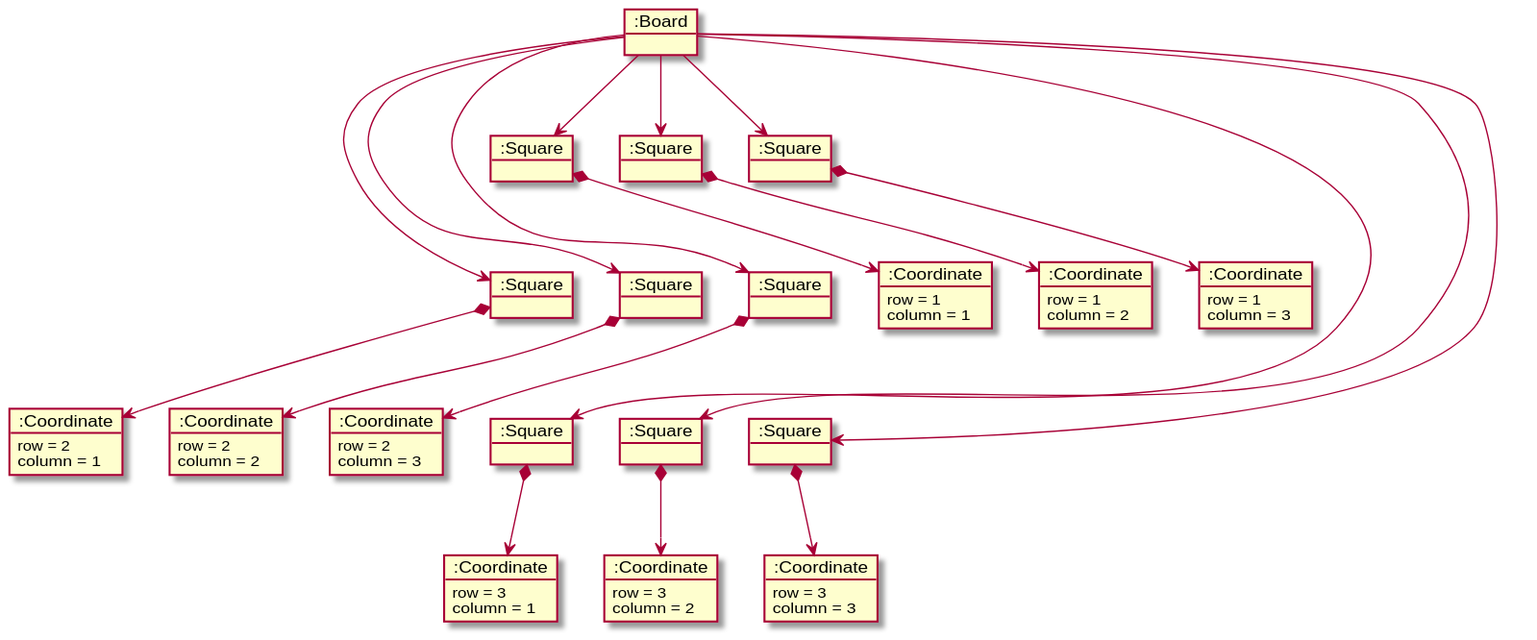
This is docs/diagrams/out/modeloDeDominio/EstadoInicial.svg from EscuelaIt/tictactoe-master-desarrollo-requirements, a PlantUML export, as it was before one commit.
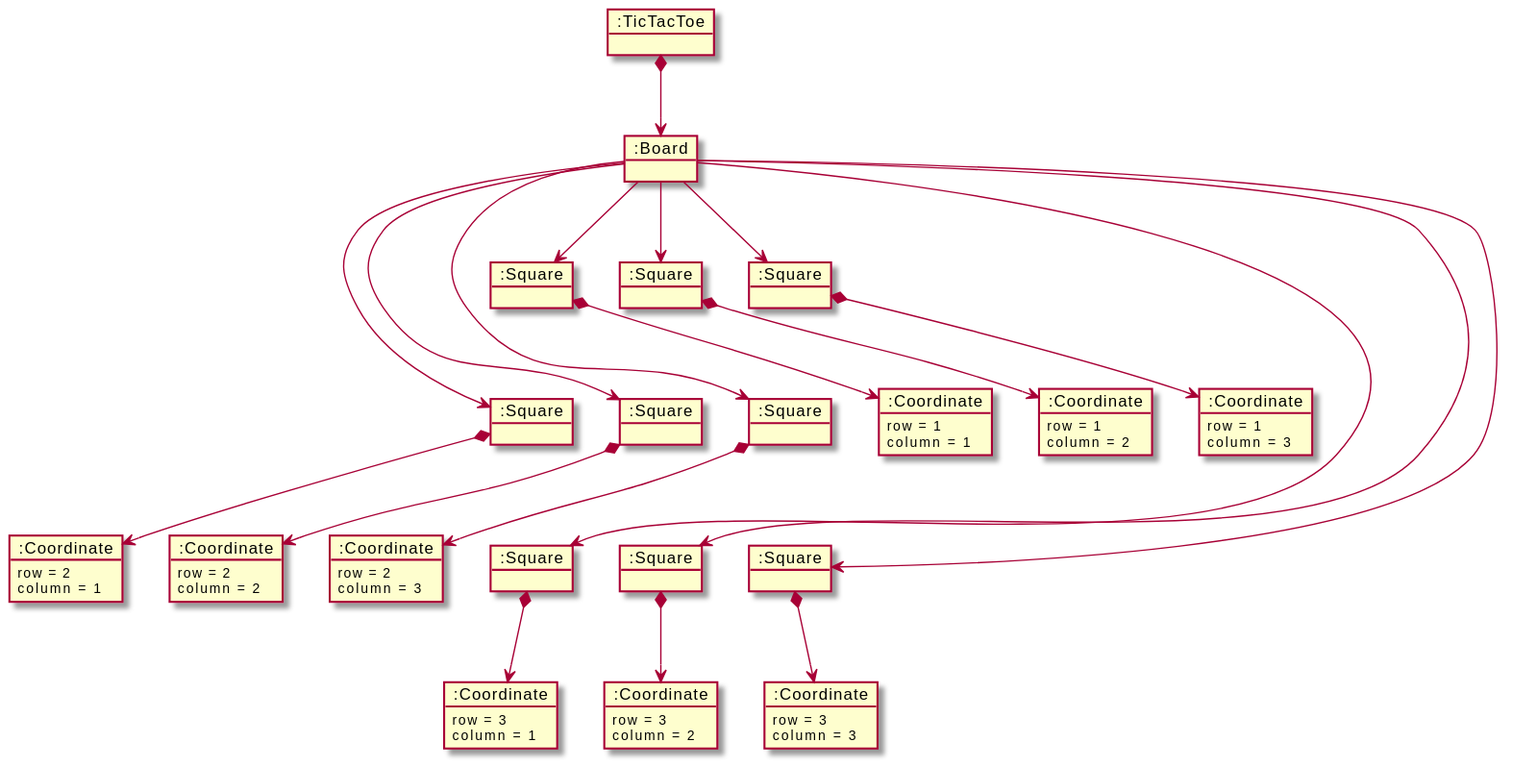
After the change.

What changed in the source:
```diff
@@ -1,59 +1,62 @@
 @startuml
 together {
-object ":Square" as Square11
-object ":Square" as Square12
-object ":Square" as Square13
+    object ":Square" as Square11
+    object ":Square" as Square12
+    object ":Square" as Square13
 
-object ":Square" as Square21
-object ":Square" as Square22
-object ":Square" as Square23
+    object ":Square" as Square21
+    object ":Square" as Square22
+    object ":Square" as Square23
 
-object ":Square" as Square31
-object ":Square" as Square32
-object ":Square" as Square33
+    object ":Square" as Square31
+    object ":Square" as Square32
+    object ":Square" as Square33
 
 }
 
 object ":Coordinate" as Coordinate11 {
-row = 1
-column = 1
+    row = 1
+    column = 1
 }
 object ":Coordinate" as Coordinate12 {
-row = 1
-column = 2
+    row = 1
+    column = 2
 }
 object ":Coordinate" as Coordinate13 {
-row = 1
-column = 3
+    row = 1
+    column = 3
 }
 
 object ":Coordinate" as Coordinate21 {
-row = 2
-column = 1
+    row = 2
+    column = 1
 }
 object ":Coordinate" as Coordinate22 {
-row = 2
-column = 2
+    row = 2
+    column = 2
 }
 object ":Coordinate" as Coordinate23 {
-row = 2
-column = 3
+    row = 2
+    column = 3
 }
 
 object ":Coordinate" as Coordinate31 {
-row = 3
-column = 1
+    row = 3
+    column = 1
 }
 object ":Coordinate" as Coordinate32 {
-row = 3
-column = 2
+    row = 3
+    column = 2
 }
 object ":Coordinate" as Coordinate33 {
-row = 3
-column = 3
+    row = 3
+    column = 3
 }
 
+object ":TicTacToe" as TicTacToe
 object ":Board" as Board
+
+TicTacToe *-down-> Board
 
 Board -->  Square11
 Board -->  Square12
```
